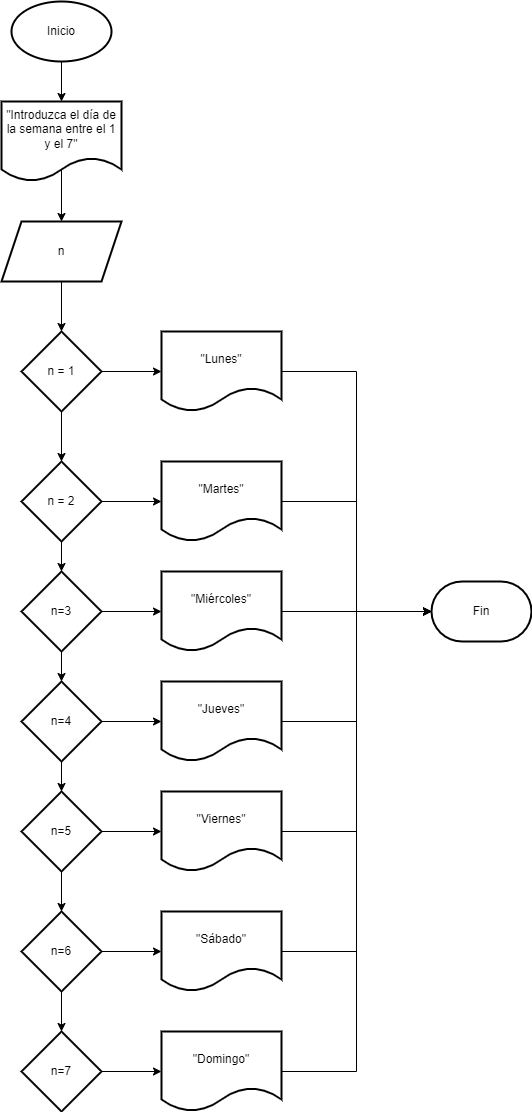
This is Unidad-1/tareas/tareaX/Tarea3/images/Diagramaejercicio7.drawio.png from rhcarballo/programacion, a draw.io export, as it was before one commit. Source tidied: cells renumbered, new cells last; positions are measured from the earlier drawing's top-left corner, leaving out a move shared by most shapes.
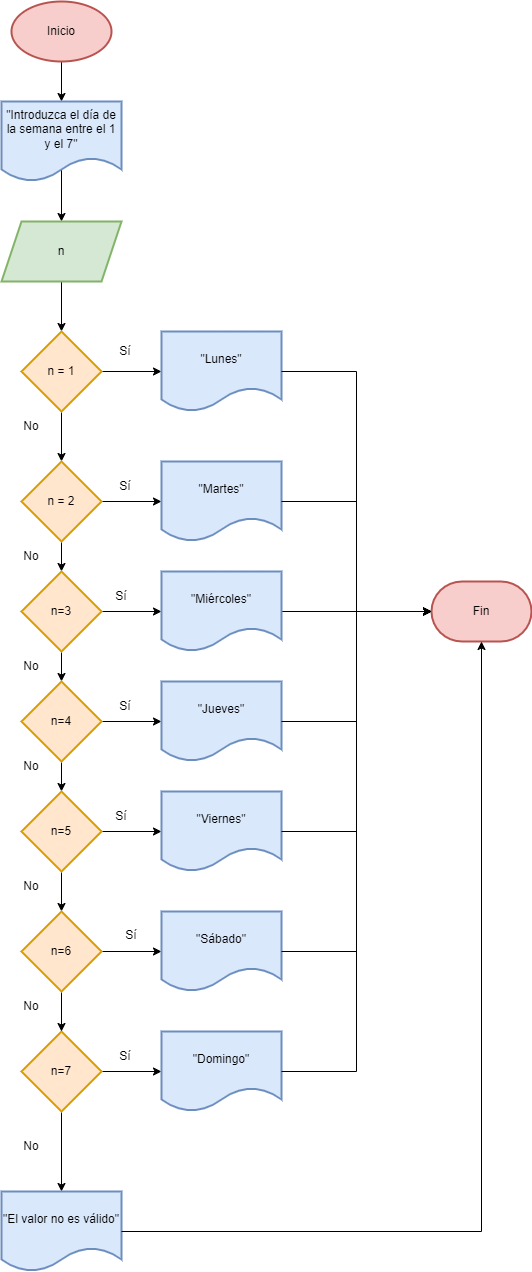
The same file after the commit.

Commit message:
Añadido diagrama ejercicio 7 de tarea3 arreglado

What changed in the source:
```diff
@@ -5,7 +5,7 @@
     <mxCell id="2" style="edgeStyle=orthogonalEdgeStyle;rounded=0;jettySize=auto;html=1;" parent="1" edge="1" source="3" target="5">
       <mxGeometry relative="1" as="geometry" />
     </mxCell>
-    <mxCell id="3" value="Inicio" style="strokeWidth=2;html=1;shape=mxgraph.flowchart.start_1;whiteSpace=wrap;" parent="1" vertex="1">
+    <mxCell id="3" value="Inicio" style="strokeWidth=2;html=1;shape=mxgraph.flowchart.start_1;whiteSpace=wrap;fillColor=#f8cecc;strokeColor=#b85450;" parent="1" vertex="1">
       <mxGeometry x="10" width="100" height="60" as="geometry" />
     </mxCell>
     <mxCell id="4" style="edgeStyle=orthogonalEdgeStyle;rounded=0;jettySize=auto;html=1;exitX=0.52;exitY=0.825;exitDx=0;exitDy=0;exitPerimeter=0;" parent="1" edge="1" source="5" target="7">
@@ -15,13 +15,13 @@
         </Array>
       </mxGeometry>
     </mxCell>
-    <mxCell id="5" value="&quot;Introduzca el día de la semana entre el 1 y el 7&quot;" style="shape=document;whiteSpace=wrap;html=1;boundedLbl=1;strokeWidth=2;" parent="1" vertex="1">
+    <mxCell id="5" value="&quot;Introduzca el día de la semana entre el 1 y el 7&quot;" style="shape=document;whiteSpace=wrap;html=1;boundedLbl=1;strokeWidth=2;fillColor=#dae8fc;strokeColor=#6c8ebf;" parent="1" vertex="1">
       <mxGeometry y="100" width="120" height="80" as="geometry" />
     </mxCell>
     <mxCell id="6" style="edgeStyle=orthogonalEdgeStyle;rounded=0;jettySize=auto;html=1;" parent="1" edge="1" source="7" target="10">
       <mxGeometry relative="1" as="geometry" />
     </mxCell>
-    <mxCell id="7" value="n" style="shape=parallelogram;perimeter=parallelogramPerimeter;whiteSpace=wrap;html=1;fixedSize=1;strokeWidth=2;" parent="1" vertex="1">
+    <mxCell id="7" value="n" style="shape=parallelogram;perimeter=parallelogramPerimeter;whiteSpace=wrap;html=1;fixedSize=1;strokeWidth=2;fillColor=#d5e8d4;strokeColor=#82b366;" parent="1" vertex="1">
       <mxGeometry y="220" width="120" height="60" as="geometry" />
     </mxCell>
     <mxCell id="8" style="edgeStyle=orthogonalEdgeStyle;rounded=0;jettySize=auto;html=1;" parent="1" edge="1" source="10" target="13">
@@ -30,7 +30,7 @@
     <mxCell id="9" style="edgeStyle=orthogonalEdgeStyle;rounded=0;jettySize=auto;html=1;" parent="1" edge="1" source="10" target="28">
       <mxGeometry relative="1" as="geometry" />
     </mxCell>
-    <mxCell id="10" value="n = 1" style="rhombus;whiteSpace=wrap;html=1;strokeWidth=2;" parent="1" vertex="1">
+    <mxCell id="10" value="n = 1" style="rhombus;whiteSpace=wrap;html=1;strokeWidth=2;fillColor=#ffe6cc;strokeColor=#d79b00;" parent="1" vertex="1">
       <mxGeometry x="20" y="330" width="80" height="80" as="geometry" />
     </mxCell>
     <mxCell id="11" style="edgeStyle=orthogonalEdgeStyle;rounded=0;jettySize=auto;html=1;" parent="1" edge="1" source="13" target="16">
@@ -39,7 +39,7 @@
     <mxCell id="12" style="edgeStyle=orthogonalEdgeStyle;rounded=0;jettySize=auto;html=1;" parent="1" edge="1" source="13" target="29">
       <mxGeometry relative="1" as="geometry" />
     </mxCell>
-    <mxCell id="13" value="n = 2" style="rhombus;whiteSpace=wrap;html=1;strokeWidth=2;" parent="1" vertex="1">
+    <mxCell id="13" value="n = 2" style="rhombus;whiteSpace=wrap;html=1;strokeWidth=2;fillColor=#ffe6cc;strokeColor=#d79b00;" parent="1" vertex="1">
       <mxGeometry x="20" y="460" width="80" height="80" as="geometry" />
     </mxCell>
     <mxCell id="14" style="edgeStyle=orthogonalEdgeStyle;rounded=0;jettySize=auto;html=1;" parent="1" edge="1" source="16" target="21">
@@ -48,13 +48,16 @@
     <mxCell id="15" style="edgeStyle=orthogonalEdgeStyle;rounded=0;jettySize=auto;html=1;" parent="1" edge="1" source="16" target="31">
       <mxGeometry relative="1" as="geometry" />
     </mxCell>
-    <mxCell id="16" value="n=3" style="rhombus;whiteSpace=wrap;html=1;strokeWidth=2;" parent="1" vertex="1">
+    <mxCell id="16" value="n=3" style="rhombus;whiteSpace=wrap;html=1;strokeWidth=2;fillColor=#ffe6cc;strokeColor=#d79b00;" parent="1" vertex="1">
       <mxGeometry x="20" y="570" width="80" height="80" as="geometry" />
     </mxCell>
     <mxCell id="17" style="edgeStyle=orthogonalEdgeStyle;rounded=0;jettySize=auto;html=1;" parent="1" edge="1" source="18" target="35">
       <mxGeometry relative="1" as="geometry" />
     </mxCell>
+    <mxCell id="43" style="edgeStyle=orthogonalEdgeStyle;rounded=0;jettySize=auto;html=1;" parent="1" edge="1" source="18" target="53">
+      <mxGeometry relative="1" as="geometry" />
+    </mxCell>
-    <mxCell id="18" value="n=7" style="rhombus;whiteSpace=wrap;html=1;strokeWidth=2;" parent="1" vertex="1">
+    <mxCell id="18" value="n=7" style="rhombus;whiteSpace=wrap;html=1;strokeWidth=2;fillColor=#ffe6cc;strokeColor=#d79b00;" parent="1" vertex="1">
       <mxGeometry x="20" y="1030" width="80" height="80" as="geometry" />
     </mxCell>
     <mxCell id="19" style="edgeStyle=orthogonalEdgeStyle;rounded=0;jettySize=auto;html=1;" parent="1" edge="1" source="21" target="24">
@@ -63,7 +66,7 @@
     <mxCell id="20" style="edgeStyle=orthogonalEdgeStyle;rounded=0;jettySize=auto;html=1;" parent="1" edge="1" source="21" target="32">
       <mxGeometry relative="1" as="geometry" />
     </mxCell>
-    <mxCell id="21" value="n=4" style="rhombus;whiteSpace=wrap;html=1;strokeWidth=2;" parent="1" vertex="1">
+    <mxCell id="21" value="n=4" style="rhombus;whiteSpace=wrap;html=1;strokeWidth=2;fillColor=#ffe6cc;strokeColor=#d79b00;" parent="1" vertex="1">
       <mxGeometry x="20" y="680" width="80" height="80" as="geometry" />
     </mxCell>
     <mxCell id="22" style="edgeStyle=orthogonalEdgeStyle;rounded=0;jettySize=auto;html=1;" parent="1" edge="1" source="24" target="27">
@@ -72,7 +75,7 @@
     <mxCell id="23" style="edgeStyle=orthogonalEdgeStyle;rounded=0;jettySize=auto;html=1;" parent="1" edge="1" source="24" target="33">
       <mxGeometry relative="1" as="geometry" />
     </mxCell>
-    <mxCell id="24" value="n=5" style="rhombus;whiteSpace=wrap;html=1;strokeWidth=2;" parent="1" vertex="1">
+    <mxCell id="24" value="n=5" style="rhombus;whiteSpace=wrap;html=1;strokeWidth=2;fillColor=#ffe6cc;strokeColor=#d79b00;" parent="1" vertex="1">
       <mxGeometry x="20" y="790" width="80" height="80" as="geometry" />
     </mxCell>
     <mxCell id="25" style="edgeStyle=orthogonalEdgeStyle;rounded=0;jettySize=auto;html=1;" parent="1" edge="1" source="27" target="18">
@@ -81,36 +84,36 @@
     <mxCell id="26" style="edgeStyle=orthogonalEdgeStyle;rounded=0;jettySize=auto;html=1;" parent="1" edge="1" source="27" target="34">
       <mxGeometry relative="1" as="geometry" />
     </mxCell>
-    <mxCell id="27" value="n=6" style="rhombus;whiteSpace=wrap;html=1;strokeWidth=2;" parent="1" vertex="1">
+    <mxCell id="27" value="n=6" style="rhombus;whiteSpace=wrap;html=1;strokeWidth=2;fillColor=#ffe6cc;strokeColor=#d79b00;" parent="1" vertex="1">
       <mxGeometry x="20" y="910" width="80" height="80" as="geometry" />
     </mxCell>
-    <mxCell id="28" value="&quot;Lunes&quot;" style="shape=document;whiteSpace=wrap;html=1;boundedLbl=1;strokeWidth=2;" parent="1" vertex="1">
+    <mxCell id="28" value="&quot;Lunes&quot;" style="shape=document;whiteSpace=wrap;html=1;boundedLbl=1;strokeWidth=2;fillColor=#dae8fc;strokeColor=#6c8ebf;" parent="1" vertex="1">
       <mxGeometry x="160" y="330" width="120" height="80" as="geometry" />
     </mxCell>
-    <mxCell id="29" value="&quot;Martes&quot;" style="shape=document;whiteSpace=wrap;html=1;boundedLbl=1;strokeWidth=2;" parent="1" vertex="1">
+    <mxCell id="29" value="&quot;Martes&quot;" style="shape=document;whiteSpace=wrap;html=1;boundedLbl=1;strokeWidth=2;fillColor=#dae8fc;strokeColor=#6c8ebf;" parent="1" vertex="1">
       <mxGeometry x="160" y="460" width="120" height="80" as="geometry" />
     </mxCell>
-    <mxCell id="30" style="edgeStyle=orthogonalEdgeStyle;rounded=0;jettySize=auto;html=1;" parent="1" edge="1" source="31">
-      <mxGeometry relative="1" as="geometry">
-        <mxPoint x="430" y="610" as="targetPoint" />
-      </mxGeometry>
-    </mxCell>
+    <mxCell id="44" style="edgeStyle=orthogonalEdgeStyle;rounded=0;jettySize=auto;html=1;" parent="1" edge="1" source="31">
+      <mxGeometry relative="1" as="geometry">
+        <mxPoint x="430" y="610" as="targetPoint" />
+      </mxGeometry>
+    </mxCell>
-    <mxCell id="31" value="&quot;Miércoles&quot;" style="shape=document;whiteSpace=wrap;html=1;boundedLbl=1;strokeWidth=2;" parent="1" vertex="1">
+    <mxCell id="31" value="&quot;Miércoles&quot;" style="shape=document;whiteSpace=wrap;html=1;boundedLbl=1;strokeWidth=2;fillColor=#dae8fc;strokeColor=#6c8ebf;" parent="1" vertex="1">
       <mxGeometry x="160" y="570" width="120" height="80" as="geometry" />
     </mxCell>
-    <mxCell id="32" value="&quot;Jueves&quot;" style="shape=document;whiteSpace=wrap;html=1;boundedLbl=1;strokeWidth=2;" parent="1" vertex="1">
+    <mxCell id="32" value="&quot;Jueves&quot;" style="shape=document;whiteSpace=wrap;html=1;boundedLbl=1;strokeWidth=2;fillColor=#dae8fc;strokeColor=#6c8ebf;" parent="1" vertex="1">
       <mxGeometry x="160" y="680" width="120" height="80" as="geometry" />
     </mxCell>
-    <mxCell id="33" value="&quot;Viernes&quot;" style="shape=document;whiteSpace=wrap;html=1;boundedLbl=1;strokeWidth=2;" parent="1" vertex="1">
+    <mxCell id="33" value="&quot;Viernes&quot;" style="shape=document;whiteSpace=wrap;html=1;boundedLbl=1;strokeWidth=2;fillColor=#dae8fc;strokeColor=#6c8ebf;" parent="1" vertex="1">
       <mxGeometry x="160" y="790" width="120" height="80" as="geometry" />
     </mxCell>
-    <mxCell id="34" value="&quot;Sábado&quot;" style="shape=document;whiteSpace=wrap;html=1;boundedLbl=1;strokeWidth=2;" parent="1" vertex="1">
+    <mxCell id="34" value="&quot;Sábado&quot;" style="shape=document;whiteSpace=wrap;html=1;boundedLbl=1;strokeWidth=2;fillColor=#dae8fc;strokeColor=#6c8ebf;" parent="1" vertex="1">
       <mxGeometry x="160" y="910" width="120" height="80" as="geometry" />
     </mxCell>
-    <mxCell id="35" value="&quot;Domingo&quot;" style="shape=document;whiteSpace=wrap;html=1;boundedLbl=1;strokeWidth=2;" parent="1" vertex="1">
+    <mxCell id="35" value="&quot;Domingo&quot;" style="shape=document;whiteSpace=wrap;html=1;boundedLbl=1;strokeWidth=2;fillColor=#dae8fc;strokeColor=#6c8ebf;" parent="1" vertex="1">
       <mxGeometry x="160" y="1030" width="120" height="80" as="geometry" />
     </mxCell>
-    <mxCell id="36" value="Fin" style="strokeWidth=2;html=1;shape=mxgraph.flowchart.terminator;whiteSpace=wrap;" parent="1" vertex="1">
+    <mxCell id="36" value="Fin" style="strokeWidth=2;html=1;shape=mxgraph.flowchart.terminator;whiteSpace=wrap;fillColor=#f8cecc;strokeColor=#b85450;" parent="1" vertex="1">
       <mxGeometry x="430" y="580" width="100" height="60" as="geometry" />
     </mxCell>
     <mxCell id="37" style="edgeStyle=orthogonalEdgeStyle;rounded=0;jettySize=auto;html=1;entryX=0;entryY=0.5;entryDx=0;entryDy=0;entryPerimeter=0;" parent="1" edge="1" source="28" target="36">
@@ -131,5 +134,57 @@
     <mxCell id="42" style="edgeStyle=orthogonalEdgeStyle;rounded=0;jettySize=auto;html=1;entryX=0;entryY=0.5;entryDx=0;entryDy=0;entryPerimeter=0;" parent="1" edge="1" source="35" target="36">
       <mxGeometry relative="1" as="geometry" />
     </mxCell>
+    <mxCell id="45" value="No" style="text;html=1;strokeColor=none;fillColor=none;align=center;verticalAlign=middle;whiteSpace=wrap;rounded=0;" parent="1" vertex="1">
+      <mxGeometry y="1130" width="60" height="30" as="geometry" />
+    </mxCell>
+    <mxCell id="46" value="Sí" style="text;html=1;strokeColor=none;fillColor=none;align=center;verticalAlign=middle;whiteSpace=wrap;rounded=0;" parent="1" vertex="1">
+      <mxGeometry x="94" y="1040" width="60" height="30" as="geometry" />
+    </mxCell>
+    <mxCell id="47" value="Sí" style="text;html=1;strokeColor=none;fillColor=none;align=center;verticalAlign=middle;whiteSpace=wrap;rounded=0;" parent="1" vertex="1">
+      <mxGeometry x="100" y="919" width="60" height="30" as="geometry" />
+    </mxCell>
+    <mxCell id="48" value="Sí" style="text;html=1;strokeColor=none;fillColor=none;align=center;verticalAlign=middle;whiteSpace=wrap;rounded=0;" parent="1" vertex="1">
+      <mxGeometry x="90" y="800" width="60" height="30" as="geometry" />
+    </mxCell>
+    <mxCell id="49" value="Sí" style="text;html=1;strokeColor=none;fillColor=none;align=center;verticalAlign=middle;whiteSpace=wrap;rounded=0;" parent="1" vertex="1">
+      <mxGeometry x="94" y="690" width="60" height="30" as="geometry" />
+    </mxCell>
+    <mxCell id="50" value="Sí" style="text;html=1;strokeColor=none;fillColor=none;align=center;verticalAlign=middle;whiteSpace=wrap;rounded=0;" parent="1" vertex="1">
+      <mxGeometry x="90" y="580" width="60" height="30" as="geometry" />
+    </mxCell>
+    <mxCell id="51" value="Sí" style="text;html=1;strokeColor=none;fillColor=none;align=center;verticalAlign=middle;whiteSpace=wrap;rounded=0;" parent="1" vertex="1">
+      <mxGeometry x="94" y="470" width="60" height="30" as="geometry" />
+    </mxCell>
+    <mxCell id="52" value="Sí" style="text;html=1;strokeColor=none;fillColor=none;align=center;verticalAlign=middle;whiteSpace=wrap;rounded=0;" parent="1" vertex="1">
+      <mxGeometry x="94" y="335" width="60" height="30" as="geometry" />
+    </mxCell>
+    <mxCell id="53" value="&quot;El valor no es válido&quot;" style="shape=document;whiteSpace=wrap;html=1;boundedLbl=1;strokeWidth=2;fillColor=#dae8fc;strokeColor=#6c8ebf;" parent="1" vertex="1">
+      <mxGeometry y="1190" width="120" height="80" as="geometry" />
+    </mxCell>
+    <mxCell id="54" style="edgeStyle=orthogonalEdgeStyle;rounded=0;jettySize=auto;html=1;entryX=0.5;entryY=1;entryDx=0;entryDy=0;entryPerimeter=0;" parent="1" edge="1" source="53" target="36">
+      <mxGeometry relative="1" as="geometry">
+        <Array as="points">
+          <mxPoint x="480" y="1230" />
+        </Array>
+      </mxGeometry>
+    </mxCell>
+    <mxCell id="55" value="No" style="text;html=1;strokeColor=none;fillColor=none;align=center;verticalAlign=middle;whiteSpace=wrap;rounded=0;" parent="1" vertex="1">
+      <mxGeometry y="990" width="60" height="30" as="geometry" />
+    </mxCell>
+    <mxCell id="56" value="No" style="text;html=1;strokeColor=none;fillColor=none;align=center;verticalAlign=middle;whiteSpace=wrap;rounded=0;" parent="1" vertex="1">
+      <mxGeometry y="870" width="60" height="30" as="geometry" />
+    </mxCell>
+    <mxCell id="57" value="No" style="text;html=1;strokeColor=none;fillColor=none;align=center;verticalAlign=middle;whiteSpace=wrap;rounded=0;" parent="1" vertex="1">
+      <mxGeometry y="750" width="60" height="30" as="geometry" />
+    </mxCell>
+    <mxCell id="58" value="No" style="text;html=1;strokeColor=none;fillColor=none;align=center;verticalAlign=middle;whiteSpace=wrap;rounded=0;" parent="1" vertex="1">
+      <mxGeometry y="650" width="60" height="30" as="geometry" />
+    </mxCell>
+    <mxCell id="59" value="No" style="text;html=1;strokeColor=none;fillColor=none;align=center;verticalAlign=middle;whiteSpace=wrap;rounded=0;" parent="1" vertex="1">
+      <mxGeometry y="540" width="60" height="30" as="geometry" />
+    </mxCell>
+    <mxCell id="60" value="No" style="text;html=1;strokeColor=none;fillColor=none;align=center;verticalAlign=middle;whiteSpace=wrap;rounded=0;" parent="1" vertex="1">
+      <mxGeometry y="410" width="60" height="30" as="geometry" />
+    </mxCell>
   </root>
 </mxGraphModel>
```
